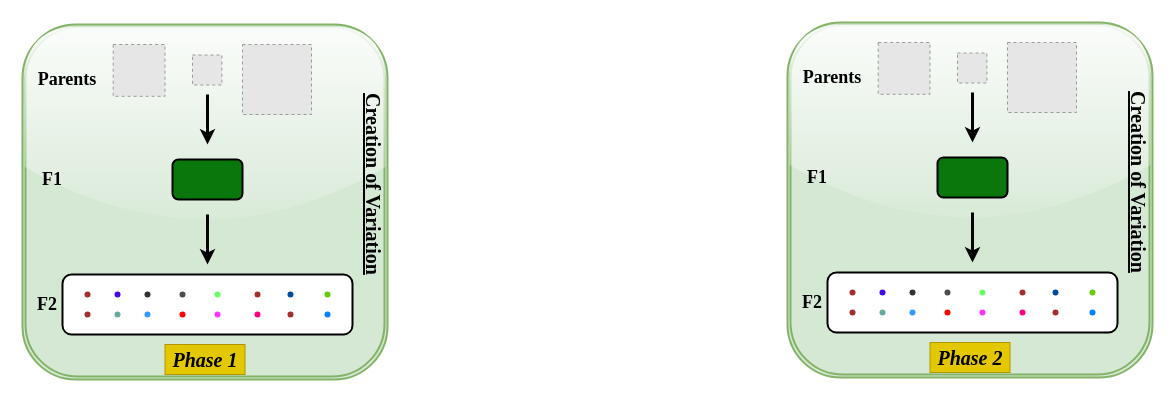
The draw.io diagram vit_presentation.drawio in ravindra2859/Figure_Poster, before the edit. Source tidied: cells renumbered, new cells numbered last; positions are measured from the earlier drawing's top-left corner, leaving out a move shared by most shapes. Both pictures are drawn from the tidied source at 100%, with x=0, y=0 at pixel (22, 22). Pictures stored in the file or linked from it are replaced by grey dashed boxes.
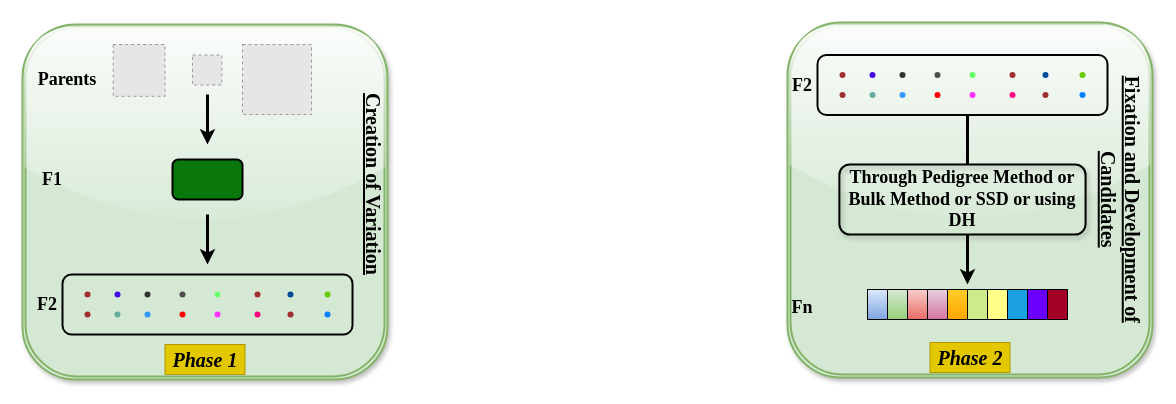
Above is the later version.

Change to the diagram source:
```diff
@@
-    <mxCell id="2" style="shape=ext;double=1;rounded=1;whiteSpace=wrap;html=1;strokeWidth=2;strokeColor=#82b366;glass=1;fillColor=#d5e8d4;" parent="1" vertex="1">
+    <mxCell id="2" style="shape=ext;double=1;rounded=1;whiteSpace=wrap;html=1;strokeWidth=2;strokeColor=#82b366;glass=1;fillColor=#d5e8d4;shadow=1;" parent="1" vertex="1">
       <mxGeometry y="2" width="365" height="355" as="geometry" />
     </mxCell>
-    <mxCell id="3" style="rounded=1;whiteSpace=wrap;html=1;strokeWidth=2;" parent="1" vertex="1">
+    <mxCell id="3" style="rounded=1;whiteSpace=wrap;html=1;strokeWidth=2;fillColor=none;shadow=0;" parent="1" vertex="1">
       <mxGeometry x="40" y="252" width="290" height="60" as="geometry" />
     </mxCell>
@@
-    <mxCell id="31" style="shape=ext;double=1;rounded=1;whiteSpace=wrap;html=1;strokeWidth=2;strokeColor=#82b366;glass=1;fillColor=#d5e8d4;" parent="1" vertex="1">
+    <mxCell id="31" style="shape=ext;double=1;rounded=1;whiteSpace=wrap;html=1;strokeWidth=2;strokeColor=#82b366;glass=1;fillColor=#d5e8d4;shadow=1;" parent="1" vertex="1">
       <mxGeometry x="765" width="365" height="355" as="geometry" />
     </mxCell>
-    <mxCell id="32" style="rounded=1;whiteSpace=wrap;html=1;strokeWidth=2;" parent="1" vertex="1">
-      <mxGeometry x="805" y="250" width="290" height="60" as="geometry" />
-    </mxCell>
-    <mxCell id="33" style="fillColor=#E6E6E6;strokeColor=#999999;dashed=1;verticalLabelPosition=bottom;labelBackgroundColor=default;verticalAlign=top;" parent="1" vertex="1">
-      <mxGeometry x="985" y="20" width="69" height="70" as="geometry" />
-    </mxCell>
-    <mxCell id="34" style="fillColor=#E6E6E6;strokeColor=#999999;dashed=1;verticalLabelPosition=bottom;labelBackgroundColor=default;verticalAlign=top;" parent="1" vertex="1">
-      <mxGeometry x="935" y="30.5" width="29.4" height="30" as="geometry" />
-    </mxCell>
-    <mxCell id="35" style="shape=waypoint;sketch=0;fillStyle=solid;size=6;fillColor=none;perimeter=centerPerimeter;strokeColor=#a32e2e;" parent="1" vertex="1">
-      <mxGeometry x="820" y="260" width="20" height="20" as="geometry" />
-    </mxCell>
-    <mxCell id="36" style="rounded=1;whiteSpace=wrap;html=1;fillColor=#09770b;strokeWidth=2;" parent="1" vertex="1">
-      <mxGeometry x="915" y="135" width="70" height="40" as="geometry" />
-    </mxCell>
-    <mxCell id="37" style="shape=waypoint;sketch=0;fillStyle=solid;size=6;fillColor=none;perimeter=centerPerimeter;strokeColor=#440ae6;" parent="1" vertex="1">
-      <mxGeometry x="850" y="260" width="20" height="20" as="geometry" />
-    </mxCell>
-    <mxCell id="38" style="shape=waypoint;sketch=0;fillStyle=solid;size=6;fillColor=none;perimeter=centerPerimeter;strokeColor=#4D4D4D;" parent="1" vertex="1">
-      <mxGeometry x="915" y="260" width="20" height="20" as="geometry" />
-    </mxCell>
-    <mxCell id="39" style="shape=waypoint;sketch=0;fillStyle=solid;size=6;fillColor=none;perimeter=centerPerimeter;strokeColor=#66FF66;" parent="1" vertex="1">
-      <mxGeometry x="950" y="260" width="20" height="20" as="geometry" />
-    </mxCell>
-    <mxCell id="40" style="shape=waypoint;sketch=0;fillStyle=solid;size=6;fillColor=none;perimeter=centerPerimeter;strokeColor=#a32e2e;" parent="1" vertex="1">
-      <mxGeometry x="990" y="260" width="20" height="20" as="geometry" />
-    </mxCell>
-    <mxCell id="41" style="shape=waypoint;sketch=0;fillStyle=solid;size=6;fillColor=none;perimeter=centerPerimeter;strokeColor=#FF0000;" parent="1" vertex="1">
-      <mxGeometry x="915" y="280" width="20" height="20" as="geometry" />
-    </mxCell>
-    <mxCell id="42" style="shape=waypoint;sketch=0;fillStyle=solid;size=6;fillColor=none;perimeter=centerPerimeter;strokeColor=#66CC00;" parent="1" vertex="1">
-      <mxGeometry x="1060" y="260" width="20" height="20" as="geometry" />
-    </mxCell>
-    <mxCell id="43" style="shape=waypoint;sketch=0;fillStyle=solid;size=6;fillColor=none;perimeter=centerPerimeter;strokeColor=#a32e2e;" parent="1" vertex="1">
-      <mxGeometry x="820" y="280" width="20" height="20" as="geometry" />
-    </mxCell>
-    <mxCell id="44" style="shape=waypoint;sketch=0;fillStyle=solid;size=6;fillColor=none;perimeter=centerPerimeter;strokeColor=#67AB9F;" parent="1" vertex="1">
-      <mxGeometry x="850" y="280" width="20" height="20" as="geometry" />
-    </mxCell>
-    <mxCell id="45" style="shape=waypoint;sketch=0;fillStyle=solid;size=6;fillColor=none;perimeter=centerPerimeter;strokeColor=#007FFF;" parent="1" vertex="1">
-      <mxGeometry x="1060" y="280" width="20" height="20" as="geometry" />
-    </mxCell>
-    <mxCell id="46" style="shape=waypoint;sketch=0;fillStyle=solid;size=6;fillColor=none;perimeter=centerPerimeter;strokeColor=#333333;" parent="1" vertex="1">
-      <mxGeometry x="880" y="260" width="20" height="20" as="geometry" />
-    </mxCell>
-    <mxCell id="47" style="shape=waypoint;sketch=0;fillStyle=solid;size=6;fillColor=none;perimeter=centerPerimeter;strokeColor=#a32e2e;" parent="1" vertex="1">
-      <mxGeometry x="1023" y="280" width="20" height="20" as="geometry" />
-    </mxCell>
-    <mxCell id="48" style="shape=waypoint;sketch=0;fillStyle=solid;size=6;fillColor=none;perimeter=centerPerimeter;strokeColor=#FF0080;" parent="1" vertex="1">
-      <mxGeometry x="990" y="280" width="20" height="20" as="geometry" />
-    </mxCell>
-    <mxCell id="49" style="shape=waypoint;sketch=0;fillStyle=solid;size=6;fillColor=none;perimeter=centerPerimeter;strokeColor=#FF33FF;" parent="1" vertex="1">
-      <mxGeometry x="950" y="280" width="20" height="20" as="geometry" />
-    </mxCell>
-    <mxCell id="50" style="shape=waypoint;sketch=0;fillStyle=solid;size=6;fillColor=none;perimeter=centerPerimeter;strokeColor=#004C99;" parent="1" vertex="1">
-      <mxGeometry x="1023" y="260" width="20" height="20" as="geometry" />
-    </mxCell>
-    <mxCell id="51" style="shape=waypoint;sketch=0;fillStyle=solid;size=6;fillColor=none;perimeter=centerPerimeter;strokeColor=#3399FF;" parent="1" vertex="1">
-      <mxGeometry x="880" y="280" width="20" height="20" as="geometry" />
-    </mxCell>
-    <mxCell id="52" style="endArrow=classic;html=1;rounded=0;strokeWidth=3;" parent="1" edge="1">
-      <mxGeometry relative="1" as="geometry">
-        <mxPoint x="950" y="190" as="sourcePoint" />
-        <mxPoint x="950" y="240" as="targetPoint" />
-      </mxGeometry>
-    </mxCell>
@@
-    <mxCell id="54" style="endArrow=classic;html=1;rounded=0;strokeWidth=3;" parent="1" edge="1">
-      <mxGeometry relative="1" as="geometry">
-        <mxPoint x="950" y="70" as="sourcePoint" />
-        <mxPoint x="950" y="120" as="targetPoint" />
-      </mxGeometry>
-    </mxCell>
-    <mxCell id="55" value="&lt;font style=&quot;font-size: 20px;&quot; face=&quot;Times New Roman&quot;&gt;&lt;b style=&quot;&quot;&gt;&lt;u&gt;Creation of Variation&lt;/u&gt;&lt;/b&gt;&lt;/font&gt;" style="text;html=1;strokeColor=none;fillColor=none;align=center;verticalAlign=middle;whiteSpace=wrap;rounded=0;rotation=90;" parent="1" vertex="1">
-      <mxGeometry x="1020" y="145" width="194" height="30" as="geometry" />
+    <mxCell id="55" value="&lt;font style=&quot;font-size: 20px;&quot; face=&quot;Times New Roman&quot;&gt;&lt;b style=&quot;&quot;&gt;&lt;u&gt;Fixation and Development of Candidates&lt;/u&gt;&lt;/b&gt;&lt;/font&gt;" style="text;html=1;strokeColor=none;fillColor=none;align=center;verticalAlign=middle;whiteSpace=wrap;rounded=0;rotation=90;" parent="1" vertex="1">
+      <mxGeometry x="970" y="162" width="257.5" height="30" as="geometry" />
     </mxCell>
-    <mxCell id="56" value="&lt;font style=&quot;font-size: 18px;&quot; face=&quot;Times New Roman&quot;&gt;&lt;b&gt;Parents&lt;/b&gt;&lt;/font&gt;" style="text;html=1;strokeColor=none;fillColor=none;align=center;verticalAlign=middle;whiteSpace=wrap;rounded=0;" parent="1" vertex="1">
-      <mxGeometry x="780" y="40" width="60" height="30" as="geometry" />
-    </mxCell>
-    <mxCell id="57" value="&lt;font style=&quot;font-size: 18px;&quot; face=&quot;Times New Roman&quot;&gt;&lt;b&gt;F1&lt;/b&gt;&lt;/font&gt;" style="text;html=1;strokeColor=none;fillColor=none;align=center;verticalAlign=middle;whiteSpace=wrap;rounded=0;" parent="1" vertex="1">
-      <mxGeometry x="775" y="140" width="40" height="30" as="geometry" />
-    </mxCell>
+    <mxCell id="60" style="rounded=1;whiteSpace=wrap;html=1;strokeWidth=2;fillColor=none;strokeColor=#000000;" parent="1" vertex="1">
+      <mxGeometry x="795" y="32.5" width="290" height="60" as="geometry" />
+    </mxCell>
+    <mxCell id="61" style="shape=waypoint;sketch=0;fillStyle=solid;size=6;fillColor=none;perimeter=centerPerimeter;strokeColor=#a32e2e;" parent="1" vertex="1">
+      <mxGeometry x="810" y="42.5" width="20" height="20" as="geometry" />
+    </mxCell>
+    <mxCell id="62" style="shape=waypoint;sketch=0;fillStyle=solid;size=6;fillColor=none;perimeter=centerPerimeter;strokeColor=#440ae6;" parent="1" vertex="1">
+      <mxGeometry x="840" y="42.5" width="20" height="20" as="geometry" />
+    </mxCell>
+    <mxCell id="63" style="shape=waypoint;sketch=0;fillStyle=solid;size=6;fillColor=none;perimeter=centerPerimeter;strokeColor=#4D4D4D;" parent="1" vertex="1">
+      <mxGeometry x="905" y="42.5" width="20" height="20" as="geometry" />
+    </mxCell>
+    <mxCell id="64" style="shape=waypoint;sketch=0;fillStyle=solid;size=6;fillColor=none;perimeter=centerPerimeter;strokeColor=#66FF66;" parent="1" vertex="1">
+      <mxGeometry x="940" y="42.5" width="20" height="20" as="geometry" />
+    </mxCell>
+    <mxCell id="65" style="shape=waypoint;sketch=0;fillStyle=solid;size=6;fillColor=none;perimeter=centerPerimeter;strokeColor=#a32e2e;" parent="1" vertex="1">
+      <mxGeometry x="980" y="42.5" width="20" height="20" as="geometry" />
+    </mxCell>
+    <mxCell id="66" style="shape=waypoint;sketch=0;fillStyle=solid;size=6;fillColor=none;perimeter=centerPerimeter;strokeColor=#FF0000;" parent="1" vertex="1">
+      <mxGeometry x="905" y="62.5" width="20" height="20" as="geometry" />
+    </mxCell>
+    <mxCell id="67" style="shape=waypoint;sketch=0;fillStyle=solid;size=6;fillColor=none;perimeter=centerPerimeter;strokeColor=#66CC00;" parent="1" vertex="1">
+      <mxGeometry x="1050" y="42.5" width="20" height="20" as="geometry" />
+    </mxCell>
+    <mxCell id="68" style="shape=waypoint;sketch=0;fillStyle=solid;size=6;fillColor=none;perimeter=centerPerimeter;strokeColor=#a32e2e;" parent="1" vertex="1">
+      <mxGeometry x="810" y="62.5" width="20" height="20" as="geometry" />
+    </mxCell>
+    <mxCell id="69" style="shape=waypoint;sketch=0;fillStyle=solid;size=6;fillColor=none;perimeter=centerPerimeter;strokeColor=#67AB9F;" parent="1" vertex="1">
+      <mxGeometry x="840" y="62.5" width="20" height="20" as="geometry" />
+    </mxCell>
+    <mxCell id="70" style="shape=waypoint;sketch=0;fillStyle=solid;size=6;fillColor=none;perimeter=centerPerimeter;strokeColor=#007FFF;" parent="1" vertex="1">
+      <mxGeometry x="1050" y="62.5" width="20" height="20" as="geometry" />
+    </mxCell>
+    <mxCell id="71" style="shape=waypoint;sketch=0;fillStyle=solid;size=6;fillColor=none;perimeter=centerPerimeter;strokeColor=#333333;" parent="1" vertex="1">
+      <mxGeometry x="870" y="42.5" width="20" height="20" as="geometry" />
+    </mxCell>
+    <mxCell id="72" style="shape=waypoint;sketch=0;fillStyle=solid;size=6;fillColor=none;perimeter=centerPerimeter;strokeColor=#a32e2e;" parent="1" vertex="1">
+      <mxGeometry x="1013" y="62.5" width="20" height="20" as="geometry" />
+    </mxCell>
+    <mxCell id="73" style="shape=waypoint;sketch=0;fillStyle=solid;size=6;fillColor=none;perimeter=centerPerimeter;strokeColor=#FF0080;" parent="1" vertex="1">
+      <mxGeometry x="980" y="62.5" width="20" height="20" as="geometry" />
+    </mxCell>
+    <mxCell id="74" style="shape=waypoint;sketch=0;fillStyle=solid;size=6;fillColor=none;perimeter=centerPerimeter;strokeColor=#FF33FF;" parent="1" vertex="1">
+      <mxGeometry x="940" y="62.5" width="20" height="20" as="geometry" />
+    </mxCell>
+    <mxCell id="75" style="shape=waypoint;sketch=0;fillStyle=solid;size=6;fillColor=none;perimeter=centerPerimeter;strokeColor=#004C99;" parent="1" vertex="1">
+      <mxGeometry x="1013" y="42.5" width="20" height="20" as="geometry" />
+    </mxCell>
+    <mxCell id="76" style="shape=waypoint;sketch=0;fillStyle=solid;size=6;fillColor=none;perimeter=centerPerimeter;strokeColor=#3399FF;" parent="1" vertex="1">
+      <mxGeometry x="870" y="62.5" width="20" height="20" as="geometry" />
+    </mxCell>
+    <mxCell id="77" value="&lt;font style=&quot;font-size: 18px;&quot; face=&quot;Times New Roman&quot;&gt;&lt;b&gt;Through Pedigree Method or Bulk Method or SSD or using DH&lt;/b&gt;&lt;/font&gt;" style="text;html=1;align=center;verticalAlign=middle;whiteSpace=wrap;rounded=1;fillColor=none;strokeColor=default;strokeWidth=2;glass=0;shadow=1;" parent="1" vertex="1">
+      <mxGeometry x="816.9" y="142" width="246.2" height="70" as="geometry" />
+    </mxCell>
+    <mxCell id="78" style="rounded=0;whiteSpace=wrap;html=1;fillColor=#dae8fc;gradientColor=#7ea6e0;strokeColor=#000000;" parent="1" vertex="1">
+      <mxGeometry x="845" y="267" width="20" height="30" as="geometry" />
+    </mxCell>
+    <mxCell id="79" style="rounded=0;whiteSpace=wrap;html=1;fillColor=#d5e8d4;gradientColor=#97d077;strokeColor=#000000;" parent="1" vertex="1">
+      <mxGeometry x="865" y="267" width="20" height="30" as="geometry" />
+    </mxCell>
+    <mxCell id="80" style="rounded=0;whiteSpace=wrap;html=1;fillColor=#f8cecc;gradientColor=#ea6b66;strokeColor=#000000;" parent="1" vertex="1">
+      <mxGeometry x="885" y="267" width="20" height="30" as="geometry" />
+    </mxCell>
+    <mxCell id="81" style="rounded=0;whiteSpace=wrap;html=1;fillColor=#e6d0de;gradientColor=#d5739d;strokeColor=#000000;" parent="1" vertex="1">
+      <mxGeometry x="905" y="267" width="20" height="30" as="geometry" />
+    </mxCell>
+    <mxCell id="82" style="rounded=0;whiteSpace=wrap;html=1;fillColor=#ffcd28;gradientColor=#ffa500;strokeColor=#000000;" parent="1" vertex="1">
+      <mxGeometry x="925" y="267" width="20" height="30" as="geometry" />
+    </mxCell>
+    <mxCell id="83" style="rounded=0;whiteSpace=wrap;html=1;fillColor=#cdeb8b;strokeColor=#000000;" parent="1" vertex="1">
+      <mxGeometry x="945" y="267" width="20" height="30" as="geometry" />
+    </mxCell>
+    <mxCell id="84" style="rounded=0;whiteSpace=wrap;html=1;fillColor=#ffff88;strokeColor=#000000;" parent="1" vertex="1">
+      <mxGeometry x="965" y="267" width="20" height="30" as="geometry" />
+    </mxCell>
+    <mxCell id="85" style="rounded=0;whiteSpace=wrap;html=1;fillColor=#1ba1e2;fontColor=#ffffff;strokeColor=#000000;" parent="1" vertex="1">
+      <mxGeometry x="985" y="267" width="20" height="30" as="geometry" />
+    </mxCell>
+    <mxCell id="86" style="rounded=0;whiteSpace=wrap;html=1;fillColor=#6a00ff;fontColor=#ffffff;strokeColor=#000000;" parent="1" vertex="1">
+      <mxGeometry x="1005" y="267" width="20" height="30" as="geometry" />
+    </mxCell>
+    <mxCell id="87" style="rounded=0;whiteSpace=wrap;html=1;fillColor=#a20025;fontColor=#ffffff;strokeColor=#000000;" parent="1" vertex="1">
+      <mxGeometry x="1025" y="267" width="20" height="30" as="geometry" />
+    </mxCell>
     <mxCell id="58" value="&lt;font style=&quot;font-size: 18px;&quot; face=&quot;Times New Roman&quot;&gt;&lt;b&gt;F2&lt;/b&gt;&lt;/font&gt;" style="text;html=1;strokeColor=none;fillColor=none;align=center;verticalAlign=middle;whiteSpace=wrap;rounded=0;" parent="1" vertex="1">
-      <mxGeometry x="775" y="267.5" width="30" height="25" as="geometry" />
+      <mxGeometry x="765" y="50" width="30" height="25" as="geometry" />
     </mxCell>
-    <mxCell id="59" style="fillColor=#E6E6E6;strokeColor=#999999;dashed=1;verticalLabelPosition=bottom;labelBackgroundColor=default;verticalAlign=top;" parent="1" vertex="1">
-      <mxGeometry x="855.7" y="20" width="51.8" height="51.8" as="geometry" />
-    </mxCell>
+    <mxCell id="88" value="&lt;font style=&quot;font-size: 18px;&quot; face=&quot;Times New Roman&quot;&gt;&lt;b&gt;Fn&lt;/b&gt;&lt;/font&gt;" style="text;html=1;strokeColor=none;fillColor=none;align=center;verticalAlign=middle;whiteSpace=wrap;rounded=0;" parent="1" vertex="1">
+      <mxGeometry x="765" y="272" width="30" height="25" as="geometry" />
+    </mxCell>
+    <mxCell id="89" style="endArrow=none;html=1;rounded=0;strokeWidth=3;" parent="1" edge="1">
+      <mxGeometry relative="1" as="geometry">
+        <mxPoint x="945" y="142" as="sourcePoint" />
+        <mxPoint x="945" y="92" as="targetPoint" />
+      </mxGeometry>
+    </mxCell>
+    <mxCell id="90" style="endArrow=classic;html=1;rounded=0;strokeWidth=3;" parent="1" edge="1">
+      <mxGeometry relative="1" as="geometry">
+        <mxPoint x="945" y="212" as="sourcePoint" />
+        <mxPoint x="945" y="262" as="targetPoint" />
+      </mxGeometry>
+    </mxCell>
```
